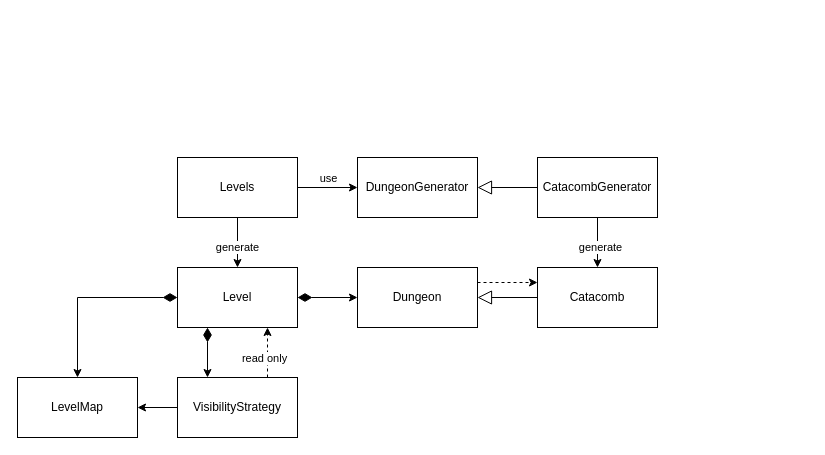
vladimir-popov/forgotten_catacombs keeps this draw.io diagram as page "How levels work" (6 of 6) of docs/schemas.drawio. Above is the earlier version. Source tidied: cells renumbered, new cells numbered last; positions are measured from the earlier drawing's top-left corner, leaving out a move shared by most shapes. Both pictures are drawn from the tidied source at 100%, with x=0, y=0 at pixel (17, 157).
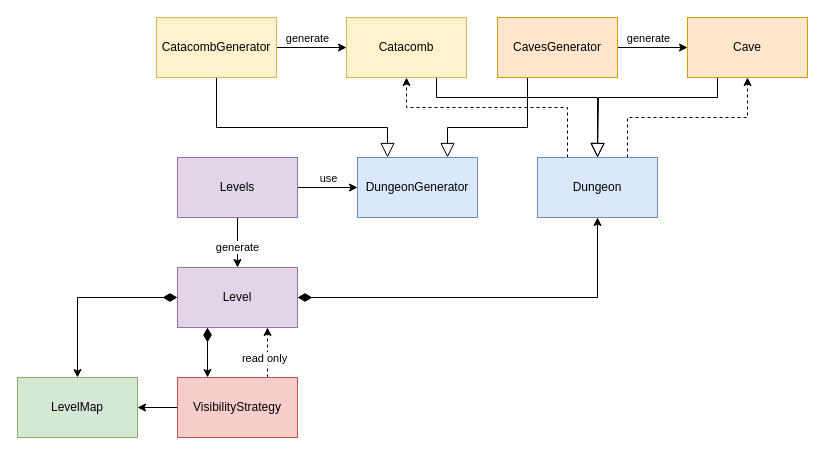
The same diagram, later.

What changed in the source:
```diff
@@
-    <mxCell id="2" style="edgeStyle=orthogonalEdgeStyle;rounded=0;jettySize=auto;html=1;exitX=1;exitY=0.5;exitDx=0;exitDy=0;entryX=0;entryY=0.5;entryDx=0;entryDy=0;startArrow=diamondThin;startFill=1;startSize=12;" parent="1" edge="1" source="4" target="6">
-      <mxGeometry relative="1" as="geometry" />
+    <mxCell id="2" style="edgeStyle=orthogonalEdgeStyle;rounded=0;jettySize=auto;html=1;exitX=1;exitY=0.5;exitDx=0;exitDy=0;entryX=0.5;entryY=1;entryDx=0;entryDy=0;startArrow=diamondThin;startFill=1;startSize=12;" parent="1" edge="1" source="4" target="6">
+      <mxGeometry relative="1" as="geometry">
+        <Array as="points">
+          <mxPoint x="580" y="140" />
+        </Array>
+      </mxGeometry>
     </mxCell>
@@
-    <mxCell id="4" value="Level" style="rounded=0;whiteSpace=wrap;html=1;" parent="1" vertex="1">
+    <mxCell id="4" value="Level" style="rounded=0;whiteSpace=wrap;html=1;fillColor=#e1d5e7;strokeColor=#9673a6;" parent="1" vertex="1">
       <mxGeometry x="160" y="110" width="120" height="60" as="geometry" />
     </mxCell>
-    <mxCell id="5" style="edgeStyle=orthogonalEdgeStyle;rounded=0;jettySize=auto;html=1;exitX=1;exitY=0.25;exitDx=0;exitDy=0;entryX=0;entryY=0.25;entryDx=0;entryDy=0;dashed=1;" parent="1" edge="1" source="6" target="23">
-      <mxGeometry relative="1" as="geometry" />
+    <mxCell id="5" style="edgeStyle=orthogonalEdgeStyle;rounded=0;jettySize=auto;html=1;exitX=0.25;exitY=0;exitDx=0;exitDy=0;entryX=0.5;entryY=1;entryDx=0;entryDy=0;dashed=1;" parent="1" edge="1" source="6" target="23">
+      <mxGeometry relative="1" as="geometry">
+        <Array as="points">
+          <mxPoint x="550" y="-50" />
+          <mxPoint x="389" y="-50" />
+        </Array>
+      </mxGeometry>
     </mxCell>
+    <mxCell id="26" style="edgeStyle=orthogonalEdgeStyle;rounded=0;jettySize=auto;html=1;exitX=0.75;exitY=0;exitDx=0;exitDy=0;dashed=1;" parent="1" edge="1" source="6" target="33">
+      <mxGeometry relative="1" as="geometry" />
+    </mxCell>
-    <mxCell id="6" value="Dungeon" style="rounded=0;whiteSpace=wrap;html=1;" parent="1" vertex="1">
-      <mxGeometry x="340" y="110" width="120" height="60" as="geometry" />
+    <mxCell id="6" value="Dungeon" style="rounded=0;whiteSpace=wrap;html=1;fillColor=#dae8fc;strokeColor=#6c8ebf;" parent="1" vertex="1">
+      <mxGeometry x="520" width="120" height="60" as="geometry" />
     </mxCell>
@@
-    <mxCell id="10" value="VisibilityStrategy" style="rounded=0;whiteSpace=wrap;html=1;" parent="1" vertex="1">
+    <mxCell id="10" value="VisibilityStrategy" style="rounded=0;whiteSpace=wrap;html=1;fillColor=#f8cecc;strokeColor=#b85450;" parent="1" vertex="1">
       <mxGeometry x="160" y="220" width="120" height="60" as="geometry" />
     </mxCell>
-    <mxCell id="11" value="DungeonGenerator" style="rounded=0;whiteSpace=wrap;html=1;" parent="1" vertex="1">
+    <mxCell id="11" value="DungeonGenerator" style="rounded=0;whiteSpace=wrap;html=1;fillColor=#dae8fc;strokeColor=#6c8ebf;" parent="1" vertex="1">
       <mxGeometry x="340" width="120" height="60" as="geometry" />
     </mxCell>
@@
-    <mxCell id="16" value="Levels" style="rounded=0;whiteSpace=wrap;html=1;" parent="1" vertex="1">
+    <mxCell id="16" value="Levels" style="rounded=0;whiteSpace=wrap;html=1;fillColor=#e1d5e7;strokeColor=#9673a6;" parent="1" vertex="1">
       <mxGeometry x="160" width="120" height="60" as="geometry" />
     </mxCell>
-    <mxCell id="17" style="edgeStyle=orthogonalEdgeStyle;rounded=0;jettySize=auto;html=1;exitX=0;exitY=0.5;exitDx=0;exitDy=0;entryX=1;entryY=0.5;entryDx=0;entryDy=0;endArrow=block;endFill=0;endSize=12;" parent="1" edge="1" source="23" target="6">
-      <mxGeometry relative="1" as="geometry" />
+    <mxCell id="17" style="edgeStyle=orthogonalEdgeStyle;rounded=0;jettySize=auto;html=1;entryX=0.5;entryY=0;entryDx=0;entryDy=0;endArrow=block;endFill=0;endSize=12;exitX=0.75;exitY=1;exitDx=0;exitDy=0;" parent="1" edge="1" source="23" target="6">
+      <mxGeometry relative="1" as="geometry">
+        <Array as="points">
+          <mxPoint x="419" y="-60" />
+          <mxPoint x="580" y="-60" />
+        </Array>
+      </mxGeometry>
     </mxCell>
-    <mxCell id="18" style="edgeStyle=orthogonalEdgeStyle;rounded=0;jettySize=auto;html=1;exitX=0;exitY=0.5;exitDx=0;exitDy=0;endArrow=block;endFill=0;endSize=12;" parent="1" edge="1" source="21" target="11">
-      <mxGeometry relative="1" as="geometry" />
+    <mxCell id="18" style="edgeStyle=orthogonalEdgeStyle;rounded=0;jettySize=auto;html=1;exitX=0.5;exitY=1;exitDx=0;exitDy=0;endArrow=block;endFill=0;endSize=12;entryX=0.25;entryY=0;entryDx=0;entryDy=0;" parent="1" edge="1" source="21" target="11">
+      <mxGeometry relative="1" as="geometry">
+        <Array as="points">
+          <mxPoint x="199" y="-30" />
+          <mxPoint x="370" y="-30" />
+        </Array>
+      </mxGeometry>
     </mxCell>
-    <mxCell id="19" style="edgeStyle=orthogonalEdgeStyle;rounded=0;jettySize=auto;html=1;exitX=0.5;exitY=1;exitDx=0;exitDy=0;" parent="1" edge="1" source="21" target="23">
+    <mxCell id="19" style="edgeStyle=orthogonalEdgeStyle;rounded=0;jettySize=auto;html=1;exitX=1;exitY=0.5;exitDx=0;exitDy=0;" parent="1" edge="1" source="21" target="23">
       <mxGeometry relative="1" as="geometry" />
     </mxCell>
     <mxCell id="20" value="generate" style="edgeLabel;html=1;align=center;verticalAlign=middle;" parent="19" vertex="1">
-      <mxGeometry x="0.14" y="2" relative="1" as="geometry" />
+      <mxGeometry x="0.14" y="2" relative="1" as="geometry">
+        <mxPoint x="-10" y="-8" as="offset" />
+      </mxGeometry>
     </mxCell>
-    <mxCell id="21" value="CatacombGenerator" style="rounded=0;whiteSpace=wrap;html=1;" parent="1" vertex="1">
-      <mxGeometry x="520" width="120" height="60" as="geometry" />
+    <mxCell id="21" value="CatacombGenerator" style="rounded=0;whiteSpace=wrap;html=1;fillColor=#fff2cc;strokeColor=#d6b656;" parent="1" vertex="1">
+      <mxGeometry x="139" y="-140" width="120" height="60" as="geometry" />
     </mxCell>
-    <mxCell id="22" style="group;" parent="1" vertex="1">
-      <mxGeometry x="520" y="110" width="120" height="60" as="geometry" />
+    <mxCell id="22" style="group;fillColor=#fff2cc;strokeColor=#d6b656;rounded=0;align=center;verticalAlign=middle;fontFamily=Helvetica;fontSize=12;fontColor=default;" parent="1" vertex="1">
+      <mxGeometry x="329" y="-140" width="120" height="60" as="geometry" />
     </mxCell>
-    <mxCell id="23" value="Catacomb" style="rounded=0;whiteSpace=wrap;html=1;" parent="22" vertex="1">
+    <mxCell id="23" value="Catacomb" style="rounded=0;whiteSpace=wrap;html=1;strokeColor=#d6b656;align=center;verticalAlign=middle;fontFamily=Helvetica;fontSize=12;fontColor=default;fillColor=#fff2cc;" parent="22" vertex="1">
       <mxGeometry width="120" height="60" as="geometry" />
     </mxCell>
@@
-    <mxCell id="25" value="LevelMap" style="rounded=0;whiteSpace=wrap;html=1;" parent="1" vertex="1">
+    <mxCell id="25" value="LevelMap" style="rounded=0;whiteSpace=wrap;html=1;fillColor=#d5e8d4;strokeColor=#82b366;" parent="1" vertex="1">
       <mxGeometry y="220" width="120" height="60" as="geometry" />
     </mxCell>
+    <mxCell id="27" style="edgeStyle=orthogonalEdgeStyle;rounded=0;jettySize=auto;html=1;exitX=1;exitY=0.5;exitDx=0;exitDy=0;entryX=0;entryY=0.5;entryDx=0;entryDy=0;" parent="1" edge="1" source="30" target="33">
+      <mxGeometry relative="1" as="geometry" />
+    </mxCell>
+    <mxCell id="28" value="generate" style="edgeLabel;html=1;align=center;verticalAlign=middle;" parent="27" vertex="1">
+      <mxGeometry x="0.06" y="-1" relative="1" as="geometry">
+        <mxPoint x="-7" y="-11" as="offset" />
+      </mxGeometry>
+    </mxCell>
+    <mxCell id="29" style="edgeStyle=orthogonalEdgeStyle;rounded=0;jettySize=auto;html=1;exitX=0.25;exitY=1;exitDx=0;exitDy=0;entryX=0.75;entryY=0;entryDx=0;entryDy=0;endArrow=block;endFill=0;endSize=12;" parent="1" edge="1" source="30" target="11">
+      <mxGeometry relative="1" as="geometry">
+        <Array as="points">
+          <mxPoint x="510" y="-30" />
+          <mxPoint x="430" y="-30" />
+        </Array>
+      </mxGeometry>
+    </mxCell>
+    <mxCell id="30" value="CavesGenerator" style="rounded=0;whiteSpace=wrap;html=1;fillColor=#ffe6cc;strokeColor=#d79b00;" parent="1" vertex="1">
+      <mxGeometry x="480" y="-140" width="120" height="60" as="geometry" />
+    </mxCell>
+    <mxCell id="31" style="group;fillColor=#ffe6cc;strokeColor=#d79b00;rounded=0;align=center;verticalAlign=middle;fontFamily=Helvetica;fontSize=12;fontColor=default;" parent="1" vertex="1">
+      <mxGeometry x="670" y="-140" width="120" height="60" as="geometry" />
+    </mxCell>
+    <mxCell id="32" style="edgeStyle=orthogonalEdgeStyle;rounded=0;jettySize=auto;html=1;exitX=0.25;exitY=1;exitDx=0;exitDy=0;endArrow=block;endFill=0;endSize=12;strokeColor=#000000;align=center;verticalAlign=middle;fontFamily=Helvetica;fontSize=12;fontColor=default;fillColor=#ffe6cc;" parent="31" edge="1" source="33">
+      <mxGeometry relative="1" as="geometry">
+        <mxPoint x="-90" y="140" as="targetPoint" />
+        <Array as="points">
+          <mxPoint x="30" y="80" />
+          <mxPoint x="-89" y="80" />
+        </Array>
+      </mxGeometry>
+    </mxCell>
+    <mxCell id="33" value="Cave" style="rounded=0;whiteSpace=wrap;html=1;strokeColor=#d79b00;align=center;verticalAlign=middle;fontFamily=Helvetica;fontSize=12;fontColor=default;fillColor=#ffe6cc;" parent="31" vertex="1">
+      <mxGeometry width="120" height="60" as="geometry" />
+    </mxCell>
```
